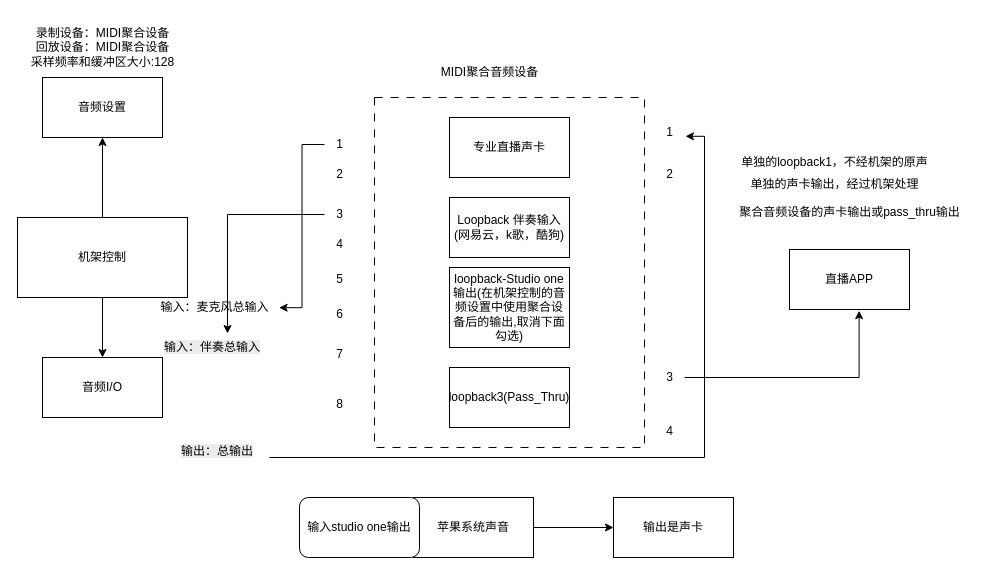
q30china/draw keeps this draw.io diagram as test.drawio. Above is the earlier version. Source tidied: cells renumbered, new cells numbered last; positions are measured from the earlier drawing's top-left corner, leaving out a move shared by most shapes. Both pictures are drawn from the tidied source at 100%, with x=0, y=0 at pixel (17, 17).
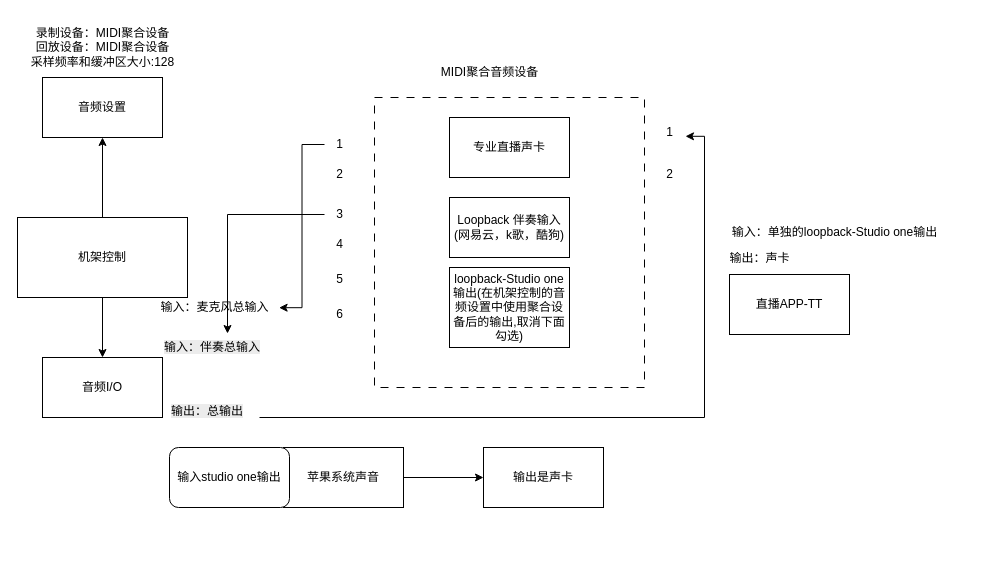
The same diagram, later.

The edit, as a diff of the source:
```diff
@@
     <mxCell id="2" style="rounded=0;whiteSpace=wrap;html=1;dashed=1;dashPattern=8 8;" parent="1" vertex="1">
-      <mxGeometry x="357" y="80" width="270" height="350" as="geometry" />
+      <mxGeometry x="357" y="80" width="270" height="290" as="geometry" />
     </mxCell>
@@
-    <mxCell id="9" value="loopback3(Pass_Thru)" style="rounded=0;whiteSpace=wrap;html=1;" parent="1" vertex="1">
-      <mxGeometry x="432" y="350" width="120" height="60" as="geometry" />
-    </mxCell>
@@
-    <mxCell id="22" value="7" style="text;html=1;align=center;verticalAlign=middle;strokeColor=none;fillColor=none;" parent="1" vertex="1">
-      <mxGeometry x="307" y="322" width="30" height="30" as="geometry" />
-    </mxCell>
-    <mxCell id="23" value="8" style="text;html=1;align=center;verticalAlign=middle;strokeColor=none;fillColor=none;" parent="1" vertex="1">
-      <mxGeometry x="307" y="372" width="30" height="30" as="geometry" />
-    </mxCell>
@@
-    <mxCell id="26" value="3" style="text;html=1;align=center;verticalAlign=middle;points=[];strokeColor=none;fillColor=none;" parent="1" vertex="1">
-      <mxGeometry x="637" y="345" width="30" height="30" as="geometry" />
-    </mxCell>
-    <mxCell id="27" value="4" style="text;html=1;align=center;verticalAlign=middle;strokeColor=none;fillColor=none;" parent="1" vertex="1">
-      <mxGeometry x="637" y="399" width="30" height="30" as="geometry" />
-    </mxCell>
@@
     <mxCell id="29" value="&lt;span style=&quot;color: rgb(0, 0, 0); font-family: Helvetica; font-size: 12px; font-style: normal; font-variant-ligatures: normal; font-variant-caps: normal; font-weight: 400; letter-spacing: normal; orphans: 2; text-align: center; text-indent: 0px; text-transform: none; widows: 2; word-spacing: 0px; -webkit-text-stroke-width: 0px; white-space: nowrap; background-color: rgb(236, 236, 236); text-decoration-thickness: initial; text-decoration-style: initial; text-decoration-color: initial; float: none; display: inline !important;&quot;&gt;输出：总输出&lt;/span&gt;" style="text;whiteSpace=wrap;html=1;" parent="1" vertex="1">
-      <mxGeometry x="162" y="420" width="90" height="40" as="geometry" />
+      <mxGeometry x="152" y="380" width="90" height="40" as="geometry" />
     </mxCell>
@@
-    <mxCell id="32" value="直播APP" style="rounded=0;whiteSpace=wrap;html=1;" parent="1" vertex="1">
-      <mxGeometry x="772" y="232" width="120" height="60" as="geometry" />
+    <mxCell id="32" value="直播APP-TT" style="rounded=0;whiteSpace=wrap;html=1;" parent="1" vertex="1">
+      <mxGeometry x="712" y="257" width="120" height="60" as="geometry" />
     </mxCell>
-    <mxCell id="33" style="edgeStyle=orthogonalEdgeStyle;rounded=0;jettySize=auto;html=1;entryX=0.58;entryY=1.02;entryDx=0;entryDy=0;entryPerimeter=0;" parent="1" edge="1" source="26" target="32">
-      <mxGeometry relative="1" as="geometry" />
-    </mxCell>
-    <mxCell id="34" value="单独的loopback1，不经机架的原声" style="text;html=1;align=center;verticalAlign=middle;strokeColor=none;fillColor=none;" parent="1" vertex="1">
-      <mxGeometry x="712" y="130" width="210" height="30" as="geometry" />
+    <mxCell id="34" value="输入：单独的loopback-Studio one输出" style="text;html=1;align=center;verticalAlign=middle;strokeColor=none;fillColor=none;" parent="1" vertex="1">
+      <mxGeometry x="702" y="200" width="230" height="30" as="geometry" />
     </mxCell>
-    <mxCell id="35" value="单独的声卡输出，经过机架处理" style="text;html=1;align=center;verticalAlign=middle;strokeColor=none;fillColor=none;" parent="1" vertex="1">
-      <mxGeometry x="722" y="152" width="190" height="30" as="geometry" />
-    </mxCell>
-    <mxCell id="36" value="聚合音频设备的声卡输出或pass_thru输出" style="text;html=1;align=center;verticalAlign=middle;strokeColor=none;fillColor=none;" parent="1" vertex="1">
-      <mxGeometry x="712" y="180" width="240" height="30" as="geometry" />
-    </mxCell>
@@
     <mxCell id="38" value="苹果系统声音" style="rounded=0;whiteSpace=wrap;html=1;" parent="1" vertex="1">
-      <mxGeometry x="396" y="480" width="120" height="60" as="geometry" />
+      <mxGeometry x="266" y="430" width="120" height="60" as="geometry" />
     </mxCell>
     <mxCell id="39" value="输入studio one输出" style="rounded=1;whiteSpace=wrap;html=1;" parent="1" vertex="1">
-      <mxGeometry x="282" y="480" width="120" height="60" as="geometry" />
+      <mxGeometry x="152" y="430" width="120" height="60" as="geometry" />
     </mxCell>
     <mxCell id="40" value="输出是声卡" style="whiteSpace=wrap;html=1;rounded=0;" parent="1" vertex="1">
-      <mxGeometry x="596" y="480" width="120" height="60" as="geometry" />
+      <mxGeometry x="466" y="430" width="120" height="60" as="geometry" />
     </mxCell>
+    <mxCell id="41" value="输出：声卡" style="text;html=1;align=center;verticalAlign=middle;strokeColor=none;fillColor=none;" parent="1" vertex="1">
+      <mxGeometry x="702" y="226" width="80" height="30" as="geometry" />
+    </mxCell>
```
